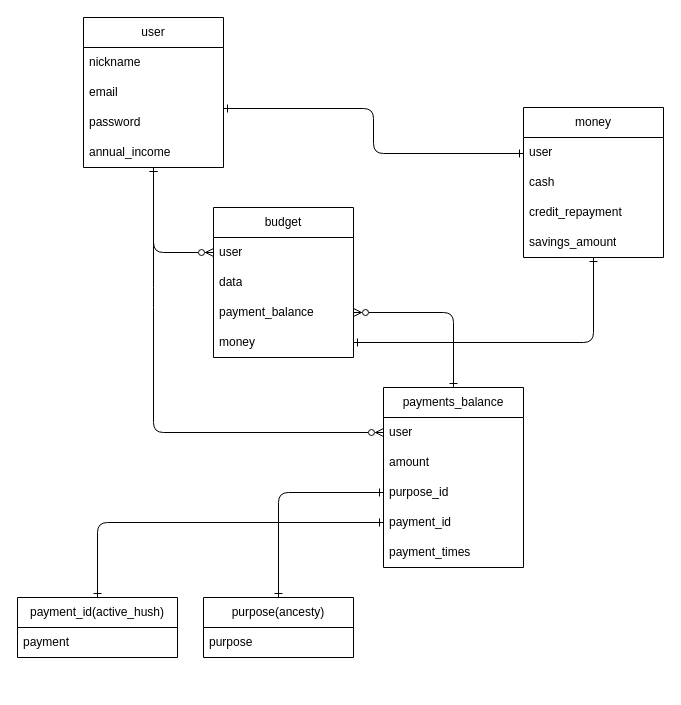
Earlier version of the draw.io diagram my_ecopla_ER.dio (Yuya7124/my_ecopla). Source tidied: cells renumbered, new cells numbered last; positions are measured from the earlier drawing's top-left corner, leaving out a move shared by most shapes. Both pictures are drawn from the tidied source at 100%, with x=0, y=0 at pixel (17, 17).
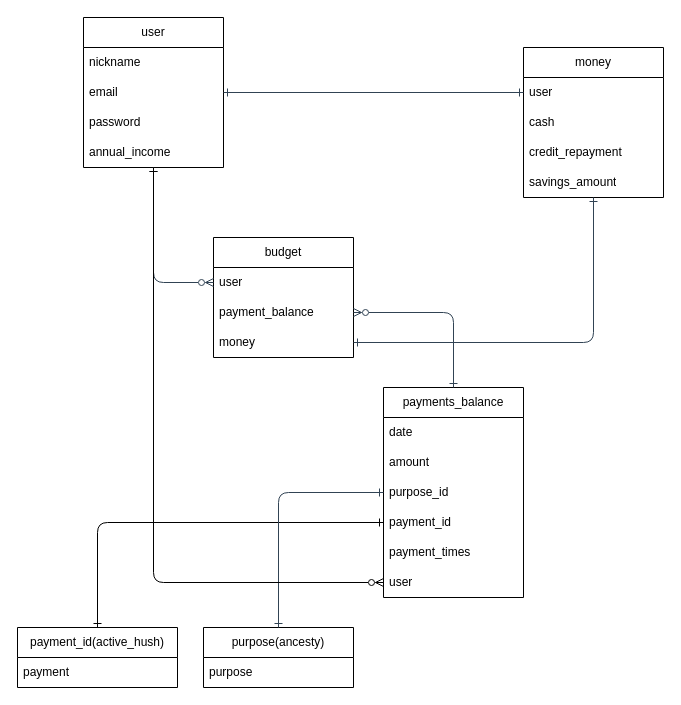
After the change.

Unchanged cells that the change refers to:
```xml
<mxCell id="3" value="user" style="swimlane;fontStyle=0;horizontal=1;startSize=30;whiteSpace=wrap;html=1;" parent="1" vertex="1">
  <mxGeometry x="66" width="140" height="150" as="geometry" />
</mxCell>
<mxCell id="11" value="purpose_id" style="text;strokeColor=none;fillColor=none;align=left;verticalAlign=middle;spacingLeft=4;spacingRight=4;overflow=hidden;points=[[0,0.5],[1,0.5]];portConstraint=eastwest;whiteSpace=wrap;html=1;" parent="8" vertex="1">
  <mxGeometry y="90" width="140" height="30" as="geometry" />
</mxCell>
<mxCell id="15" value="user" style="text;strokeColor=none;fillColor=none;align=left;verticalAlign=middle;spacingLeft=4;spacingRight=4;overflow=hidden;points=[[0,0.5],[1,0.5]];portConstraint=eastwest;whiteSpace=wrap;html=1;" parent="14" vertex="1">
  <mxGeometry y="30" width="140" height="30" as="geometry" />
</mxCell>
<mxCell id="20" value="user" style="text;strokeColor=none;fillColor=none;align=left;verticalAlign=middle;spacingLeft=4;spacingRight=4;overflow=hidden;points=[[0,0.5],[1,0.5]];portConstraint=eastwest;whiteSpace=wrap;html=1;" parent="19" vertex="1">
  <mxGeometry y="30" width="140" height="30" as="geometry" />
</mxCell>
```

The edit, as a diff of the source:
```diff
@@
-    <mxCell id="2" style="edgeStyle=none;html=1;entryX=0;entryY=0.5;entryDx=0;entryDy=0;startArrow=ERone;startFill=0;endArrow=ERone;endFill=0;" parent="1" edge="1">
-      <mxGeometry relative="1" as="geometry">
-        <mxPoint x="206" y="91" as="sourcePoint" />
-        <mxPoint x="506" y="136" as="targetPoint" />
-        <Array as="points">
-          <mxPoint x="356" y="91" />
-          <mxPoint x="356" y="136" />
-        </Array>
-      </mxGeometry>
-    </mxCell>
@@
     <mxCell id="8" value="payments_balance" style="swimlane;fontStyle=0;horizontal=1;startSize=30;whiteSpace=wrap;html=1;" parent="1" vertex="1">
-      <mxGeometry x="366" y="370" width="140" height="180" as="geometry" />
+      <mxGeometry x="366" y="370" width="140" height="210" as="geometry" />
     </mxCell>
-    <mxCell id="9" value="user" style="text;strokeColor=none;fillColor=none;align=left;verticalAlign=middle;spacingLeft=4;spacingRight=4;overflow=hidden;points=[[0,0.5],[1,0.5]];portConstraint=eastwest;whiteSpace=wrap;html=1;" parent="8" vertex="1">
+    <mxCell id="9" value="date" style="text;strokeColor=none;fillColor=none;align=left;verticalAlign=middle;spacingLeft=4;spacingRight=4;overflow=hidden;points=[[0,0.5],[1,0.5]];portConstraint=eastwest;whiteSpace=wrap;html=1;" parent="8" vertex="1">
       <mxGeometry y="30" width="140" height="30" as="geometry" />
     </mxCell>
@@
+    <mxCell id="33" value="user" style="text;strokeColor=none;fillColor=none;align=left;verticalAlign=middle;spacingLeft=4;spacingRight=4;overflow=hidden;points=[[0,0.5],[1,0.5]];portConstraint=eastwest;whiteSpace=wrap;html=1;" parent="8" vertex="1">
+      <mxGeometry y="180" width="140" height="30" as="geometry" />
+    </mxCell>
     <mxCell id="14" value="budget" style="swimlane;fontStyle=0;horizontal=1;startSize=30;whiteSpace=wrap;html=1;" parent="1" vertex="1">
-      <mxGeometry x="196" y="190" width="140" height="150" as="geometry" />
+      <mxGeometry x="196" y="220" width="140" height="120" as="geometry" />
     </mxCell>
@@
-    <mxCell id="16" value="data" style="text;strokeColor=none;fillColor=none;align=left;verticalAlign=middle;spacingLeft=4;spacingRight=4;overflow=hidden;whiteSpace=wrap;html=1;" parent="14" vertex="1">
-      <mxGeometry y="60" width="140" height="30" as="geometry" />
-    </mxCell>
     <mxCell id="17" value="payment_balance" style="text;strokeColor=none;fillColor=none;align=left;verticalAlign=middle;spacingLeft=4;spacingRight=4;overflow=hidden;points=[[0,0.5],[1,0.5]];portConstraint=eastwest;whiteSpace=wrap;html=1;" parent="14" vertex="1">
-      <mxGeometry y="90" width="140" height="30" as="geometry" />
+      <mxGeometry y="60" width="140" height="30" as="geometry" />
     </mxCell>
     <mxCell id="18" value="money" style="text;strokeColor=none;fillColor=none;align=left;verticalAlign=middle;spacingLeft=4;spacingRight=4;overflow=hidden;points=[[0,0.5],[1,0.5]];portConstraint=eastwest;whiteSpace=wrap;html=1;" parent="14" vertex="1">
-      <mxGeometry y="120" width="140" height="30" as="geometry" />
+      <mxGeometry y="90" width="140" height="30" as="geometry" />
     </mxCell>
     <mxCell id="19" value="money" style="swimlane;fontStyle=0;horizontal=1;startSize=30;whiteSpace=wrap;html=1;" parent="1" vertex="1">
-      <mxGeometry x="506" y="90" width="140" height="150" as="geometry" />
+      <mxGeometry x="506" y="30" width="140" height="150" as="geometry" />
     </mxCell>
@@
     <mxCell id="25" value="&lt;span style=&quot;text-align: left;&quot;&gt;payment_i&lt;/span&gt;&lt;span style=&quot;text-align: left;&quot;&gt;d(active_hush)&lt;/span&gt;" style="swimlane;fontStyle=0;horizontal=1;startSize=30;whiteSpace=wrap;html=1;" parent="1" vertex="1">
-      <mxGeometry y="580" width="160" height="60" as="geometry" />
+      <mxGeometry y="610" width="160" height="60" as="geometry" />
     </mxCell>
@@
     <mxCell id="27" value="&lt;span style=&quot;text-align: left;&quot;&gt;purpose&lt;/span&gt;(ancesty)" style="swimlane;fontStyle=0;horizontal=1;startSize=30;whiteSpace=wrap;html=1;" parent="1" vertex="1">
-      <mxGeometry x="186" y="580" width="150" height="60" as="geometry" />
+      <mxGeometry x="186" y="610" width="150" height="60" as="geometry" />
     </mxCell>
@@
-    <mxCell id="29" style="edgeStyle=none;html=1;entryX=0;entryY=0.5;entryDx=0;entryDy=0;startArrow=ERone;startFill=0;endArrow=ERone;endFill=0;" parent="1" edge="1" source="27" target="11">
+    <mxCell id="29" style="edgeStyle=none;html=1;entryX=0;entryY=0.5;entryDx=0;entryDy=0;startArrow=ERone;startFill=0;endArrow=ERone;endFill=0;fillColor=#647687;strokeColor=#314354;" parent="1" edge="1" source="27" target="11">
       <mxGeometry relative="1" as="geometry">
         <Array as="points">
           <mxPoint x="261" y="475" />
         </Array>
       </mxGeometry>
     </mxCell>
-    <mxCell id="30" style="edgeStyle=none;html=1;startArrow=ERone;startFill=0;endArrow=ERzeroToMany;endFill=0;entryX=1;entryY=0.5;entryDx=0;entryDy=0;" parent="1" edge="1" source="8" target="17">
+    <mxCell id="30" style="edgeStyle=none;html=1;startArrow=ERone;startFill=0;endArrow=ERzeroToMany;endFill=0;entryX=1;entryY=0.5;entryDx=0;entryDy=0;fillColor=#647687;strokeColor=#314354;" parent="1" edge="1" source="8" target="17">
       <mxGeometry relative="1" as="geometry">
         <Array as="points">
           <mxPoint x="436" y="295" />
         </Array>
       </mxGeometry>
     </mxCell>
-    <mxCell id="31" style="edgeStyle=none;html=1;exitX=1;exitY=0.5;exitDx=0;exitDy=0;startArrow=ERone;startFill=0;endArrow=ERone;endFill=0;" parent="1" edge="1" source="18" target="19">
+    <mxCell id="31" style="edgeStyle=none;html=1;exitX=1;exitY=0.5;exitDx=0;exitDy=0;startArrow=ERone;startFill=0;endArrow=ERone;endFill=0;fillColor=#647687;strokeColor=#314354;" parent="1" edge="1" source="18" target="19">
       <mxGeometry relative="1" as="geometry">
         <Array as="points">
           <mxPoint x="576" y="325" />
         </Array>
       </mxGeometry>
     </mxCell>
-    <mxCell id="32" style="edgeStyle=none;html=1;endArrow=ERone;endFill=0;startArrow=ERzeroToMany;startFill=0;exitX=0;exitY=0.5;exitDx=0;exitDy=0;" parent="1" edge="1" source="15" target="3">
+    <mxCell id="32" style="edgeStyle=none;html=1;endArrow=ERone;endFill=0;startArrow=ERzeroToMany;startFill=0;exitX=0;exitY=0.5;exitDx=0;exitDy=0;fillColor=#647687;strokeColor=#314354;" parent="1" edge="1" source="15" target="3">
       <mxGeometry relative="1" as="geometry">
         <Array as="points">
-          <mxPoint x="136" y="235" />
+          <mxPoint x="136" y="265" />
         </Array>
       </mxGeometry>
     </mxCell>
-    <mxCell id="33" style="edgeStyle=none;html=1;endArrow=ERone;endFill=0;startArrow=ERzeroToMany;startFill=0;exitX=0;exitY=0.5;exitDx=0;exitDy=0;" parent="1" edge="1" source="9" target="3">
-      <mxGeometry relative="1" as="geometry">
-        <Array as="points">
-          <mxPoint x="136" y="415" />
-          <mxPoint x="136" y="280" />
-        </Array>
-      </mxGeometry>
-    </mxCell>
+    <mxCell id="34" style="edgeStyle=none;html=1;startArrow=ERone;startFill=0;endArrow=ERzeroToMany;endFill=0;" parent="1" edge="1" source="3" target="33">
+      <mxGeometry relative="1" as="geometry">
+        <Array as="points">
+          <mxPoint x="136" y="565" />
+        </Array>
+      </mxGeometry>
+    </mxCell>
+    <mxCell id="35" style="edgeStyle=none;html=1;startArrow=ERone;startFill=0;endArrow=ERone;endFill=0;fillColor=#647687;strokeColor=#314354;" parent="1" edge="1" source="20" target="3">
+      <mxGeometry relative="1" as="geometry" />
+    </mxCell>
```
